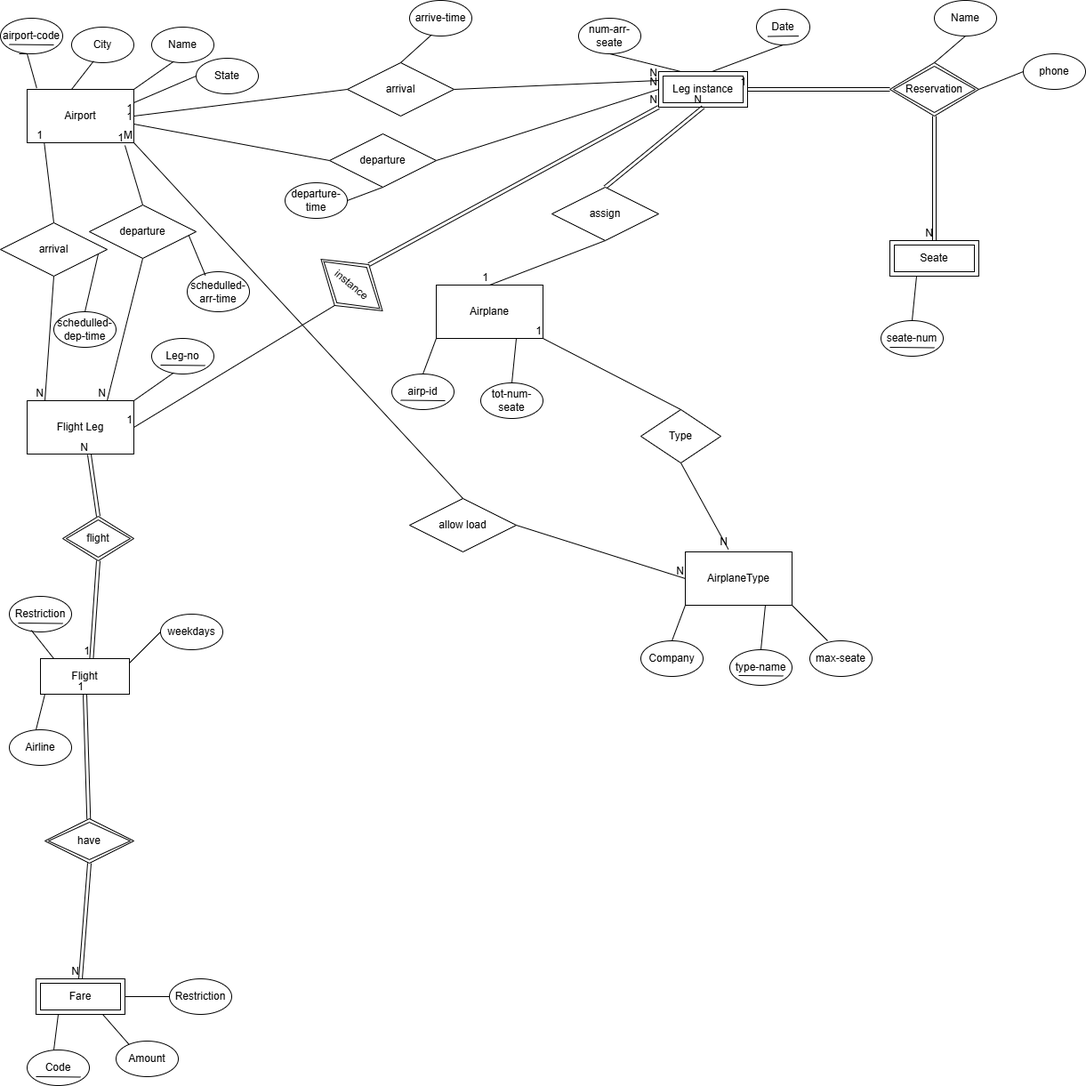
The draw.io diagram day3/Airline E-R.png in faljabri09-blip/Database-Course-documentation, before a commit. Source tidied: cells renumbered, new cells last; positions are measured from the earlier drawing's top-left corner, leaving out a move shared by most shapes.
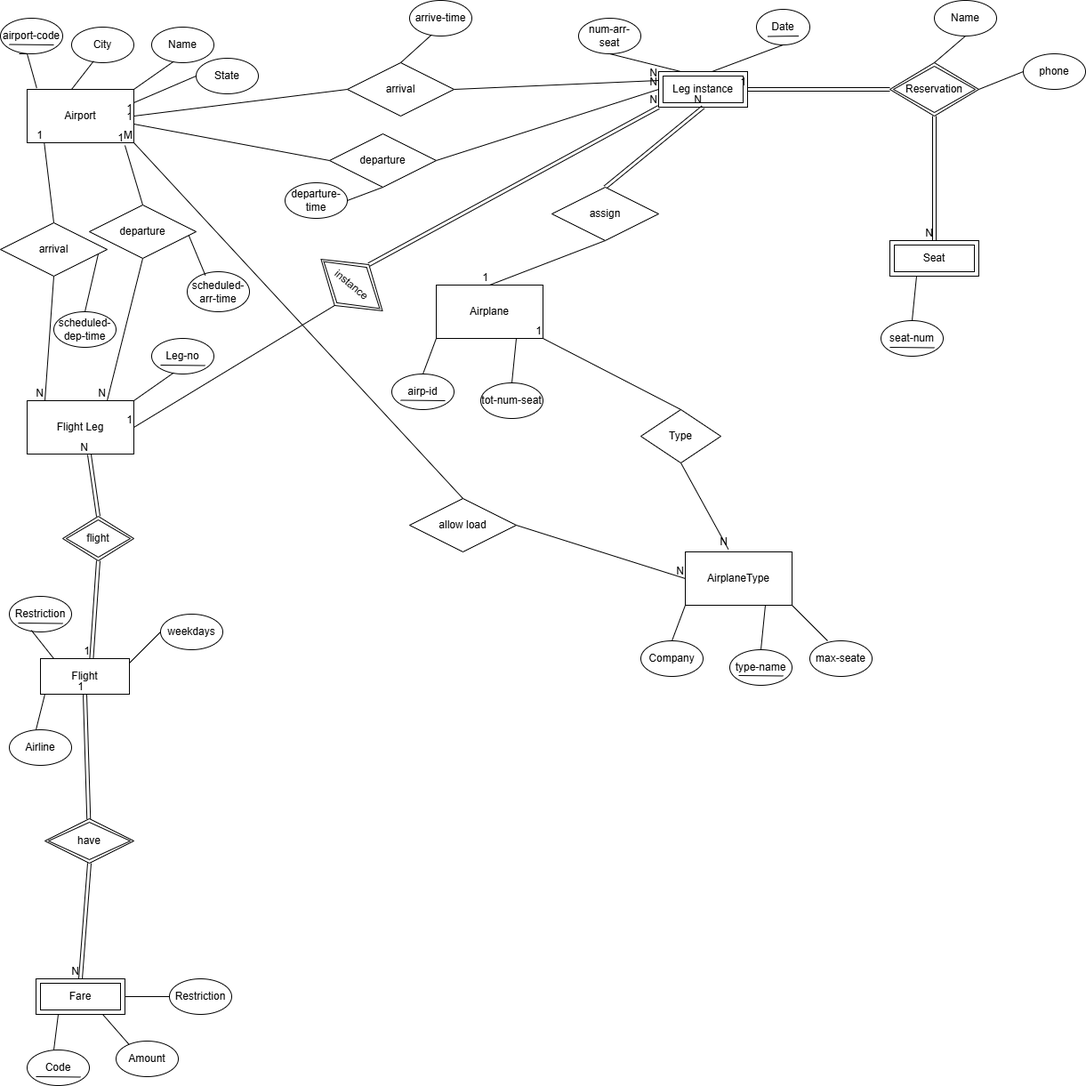
The same file after the commit.

Commit message:
Modified and adding file in folder day2

The edit, as a diff of the source:
```diff
@@ -97,7 +97,7 @@
     <mxCell id="26" value="AirplaneType" style="rounded=0;whiteSpace=wrap;html=1;" parent="1" vertex="1">
       <mxGeometry x="770" y="620" width="120" height="60" as="geometry" />
     </mxCell>
-    <mxCell id="27" value="Seate" style="shape=ext;margin=3;double=1;whiteSpace=wrap;html=1;align=center;" parent="1" vertex="1">
+    <mxCell id="27" value="Seat" style="shape=ext;margin=3;double=1;whiteSpace=wrap;html=1;align=center;" parent="1" vertex="1">
       <mxGeometry x="1000" y="270" width="100" height="40" as="geometry" />
     </mxCell>
     <mxCell id="28" value="Leg instance" style="shape=ext;margin=3;double=1;whiteSpace=wrap;html=1;align=center;" parent="1" vertex="1">
@@ -109,7 +109,7 @@
     <mxCell id="30" style="endArrow=none;html=1;rounded=0;entryX=0.5;entryY=0;entryDx=0;entryDy=0;exitX=0;exitY=1;exitDx=0;exitDy=0;" parent="1" edge="1" source="25" target="29">
       <mxGeometry relative="1" as="geometry" />
     </mxCell>
-    <mxCell id="31" value="tot-num-seate" style="ellipse;whiteSpace=wrap;html=1;" parent="1" vertex="1">
+    <mxCell id="31" value="tot-num-seat" style="ellipse;whiteSpace=wrap;html=1;" parent="1" vertex="1">
       <mxGeometry x="540" y="430" width="70" height="40" as="geometry" />
     </mxCell>
     <mxCell id="32" style="endArrow=none;html=1;rounded=0;exitX=0.75;exitY=1;exitDx=0;exitDy=0;entryX=0.5;entryY=0;entryDx=0;entryDy=0;" parent="1" edge="1" source="25" target="31">
@@ -139,13 +139,13 @@
         <mxPoint x="930" y="720" as="targetPoint" />
       </mxGeometry>
     </mxCell>
-    <mxCell id="39" value="num-arr-seate" style="ellipse;whiteSpace=wrap;html=1;" parent="1" vertex="1">
+    <mxCell id="39" value="num-arr-seat" style="ellipse;whiteSpace=wrap;html=1;" parent="1" vertex="1">
       <mxGeometry x="650" y="20" width="70" height="40" as="geometry" />
     </mxCell>
     <mxCell id="40" style="endArrow=none;html=1;rounded=0;exitX=0.25;exitY=0;exitDx=0;exitDy=0;entryX=0.5;entryY=1;entryDx=0;entryDy=0;" parent="1" edge="1" source="28" target="39">
       <mxGeometry relative="1" as="geometry" />
     </mxCell>
-    <mxCell id="41" value="sea&lt;span style=&quot;color: rgba(0, 0, 0, 0); font-family: monospace; font-size: 0px; text-align: start; text-wrap-mode: nowrap;&quot;&gt;%3CmxGraphModel%3E%3Croot%3E%3CmxCell%20id%3D%220%22%2F%3E%3CmxCell%20id%3D%221%22%20parent%3D%220%22%2F%3E%3CmxCell%20id%3D%222%22%20edge%3D%221%22%20parent%3D%221%22%20style%3D%22endArrow%3Dnone%3Bhtml%3D1%3Brounded%3D0%3B%22%20value%3D%22%22%3E%3CmxGeometry%20height%3D%2250%22%20relative%3D%221%22%20width%3D%2250%22%20as%3D%22geometry%22%3E%3CmxPoint%20x%3D%22190%22%20y%3D%22270%22%20as%3D%22sourcePoint%22%2F%3E%3CmxPoint%20x%3D%22240%22%20y%3D%22270.5%22%20as%3D%22targetPoint%22%2F%3E%3C%2FmxGeometry%3E%3C%2FmxCell%3E%3C%2Froot%3E%3C%2FmxGraphModel%3E&lt;/span&gt;&lt;span style=&quot;color: rgba(0, 0, 0, 0); font-family: monospace; font-size: 0px; text-align: start; text-wrap-mode: nowrap;&quot;&gt;%3CmxGraphModel%3E%3Croot%3E%3CmxCell%20id%3D%220%22%2F%3E%3CmxCell%20id%3D%221%22%20parent%3D%220%22%2F%3E%3CmxCell%20id%3D%222%22%20edge%3D%221%22%20parent%3D%221%22%20style%3D%22endArrow%3Dnone%3Bhtml%3D1%3Brounded%3D0%3B%22%20value%3D%22%22%3E%3CmxGeometry%20height%3D%2250%22%20relative%3D%221%22%20width%3D%2250%22%20as%3D%22geometry%22%3E%3CmxPoint%20x%3D%22190%22%20y%3D%22270%22%20as%3D%22sourcePoint%22%2F%3E%3CmxPoint%20x%3D%22240%22%20y%3D%22270.5%22%20as%3D%22targetPoint%22%2F%3E%3C%2FmxGeometry%3E%3C%2FmxCell%3E%3C%2Froot%3E%3C%2FmxGraphModel%3E&lt;/span&gt;te-num" style="ellipse;whiteSpace=wrap;html=1;" parent="1" vertex="1">
+    <mxCell id="41" value="sea&lt;span style=&quot;color: rgba(0, 0, 0, 0); font-family: monospace; font-size: 0px; text-align: start; text-wrap-mode: nowrap;&quot;&gt;%3CmxGraphModel%3E%3Croot%3E%3CmxCell%20id%3D%220%22%2F%3E%3CmxCell%20id%3D%221%22%20parent%3D%220%22%2F%3E%3CmxCell%20id%3D%222%22%20edge%3D%221%22%20parent%3D%221%22%20style%3D%22endArrow%3Dnone%3Bhtml%3D1%3Brounded%3D0%3B%22%20value%3D%22%22%3E%3CmxGeometry%20height%3D%2250%22%20relative%3D%221%22%20width%3D%2250%22%20as%3D%22geometry%22%3E%3CmxPoint%20x%3D%22190%22%20y%3D%22270%22%20as%3D%22sourcePoint%22%2F%3E%3CmxPoint%20x%3D%22240%22%20y%3D%22270.5%22%20as%3D%22targetPoint%22%2F%3E%3C%2FmxGeometry%3E%3C%2FmxCell%3E%3C%2Froot%3E%3C%2FmxGraphModel%3E&lt;/span&gt;&lt;span style=&quot;color: rgba(0, 0, 0, 0); font-family: monospace; font-size: 0px; text-align: start; text-wrap-mode: nowrap;&quot;&gt;%3CmxGraphModel%3E%3Croot%3E%3CmxCell%20id%3D%220%22%2F%3E%3CmxCell%20id%3D%221%22%20parent%3D%220%22%2F%3E%3CmxCell%20id%3D%222%22%20edge%3D%221%22%20parent%3D%221%22%20style%3D%22endArrow%3Dnone%3Bhtml%3D1%3Brounded%3D0%3B%22%20value%3D%22%22%3E%3CmxGeometry%20height%3D%2250%22%20relative%3D%221%22%20width%3D%2250%22%20as%3D%22geometry%22%3E%3CmxPoint%20x%3D%22190%22%20y%3D%22270%22%20as%3D%22sourcePoint%22%2F%3E%3CmxPoint%20x%3D%22240%22%20y%3D%22270.5%22%20as%3D%22targetPoint%22%2F%3E%3C%2FmxGeometry%3E%3C%2FmxCell%3E%3C%2Froot%3E%3C%2FmxGraphModel%3E&lt;/span&gt;t-num" style="ellipse;whiteSpace=wrap;html=1;" parent="1" vertex="1">
       <mxGeometry x="990" y="360" width="70" height="40" as="geometry" />
     </mxCell>
     <mxCell id="42" style="endArrow=none;html=1;rounded=0;exitX=0.75;exitY=1;exitDx=0;exitDy=0;entryX=0.5;entryY=0;entryDx=0;entryDy=0;" parent="1" edge="1" target="41">
@@ -247,7 +247,7 @@
     <mxCell id="62" value="N" style="html=1;whiteSpace=wrap;align=right;verticalAlign=bottom;" parent="61" vertex="1">
       <mxGeometry x="1" relative="1" as="geometry" />
     </mxCell>
-    <mxCell id="63" value="schedulled-dep-time" style="ellipse;whiteSpace=wrap;html=1;" parent="1" vertex="1">
+    <mxCell id="63" value="scheduled-dep-time" style="ellipse;whiteSpace=wrap;html=1;" parent="1" vertex="1">
       <mxGeometry x="60" y="350" width="70" height="40" as="geometry" />
     </mxCell>
     <mxCell id="64" style="endArrow=none;html=1;rounded=0;entryX=0.5;entryY=0;entryDx=0;entryDy=0;exitX=1;exitY=0.5;exitDx=0;exitDy=0;" parent="1" edge="1" target="63">
@@ -255,7 +255,7 @@
         <mxPoint x="110" y="285" as="sourcePoint" />
       </mxGeometry>
     </mxCell>
-    <mxCell id="65" value="schedulled-arr-time" style="ellipse;whiteSpace=wrap;html=1;" parent="1" vertex="1">
+    <mxCell id="65" value="scheduled-arr-time" style="ellipse;whiteSpace=wrap;html=1;" parent="1" vertex="1">
       <mxGeometry x="210" y="305" width="70" height="45" as="geometry" />
     </mxCell>
     <mxCell id="66" style="endArrow=none;html=1;rounded=0;exitX=1;exitY=0.5;exitDx=0;exitDy=0;entryX=0.291;entryY=0.089;entryDx=0;entryDy=0;entryPerimeter=0;" parent="1" edge="1" target="65">
```
